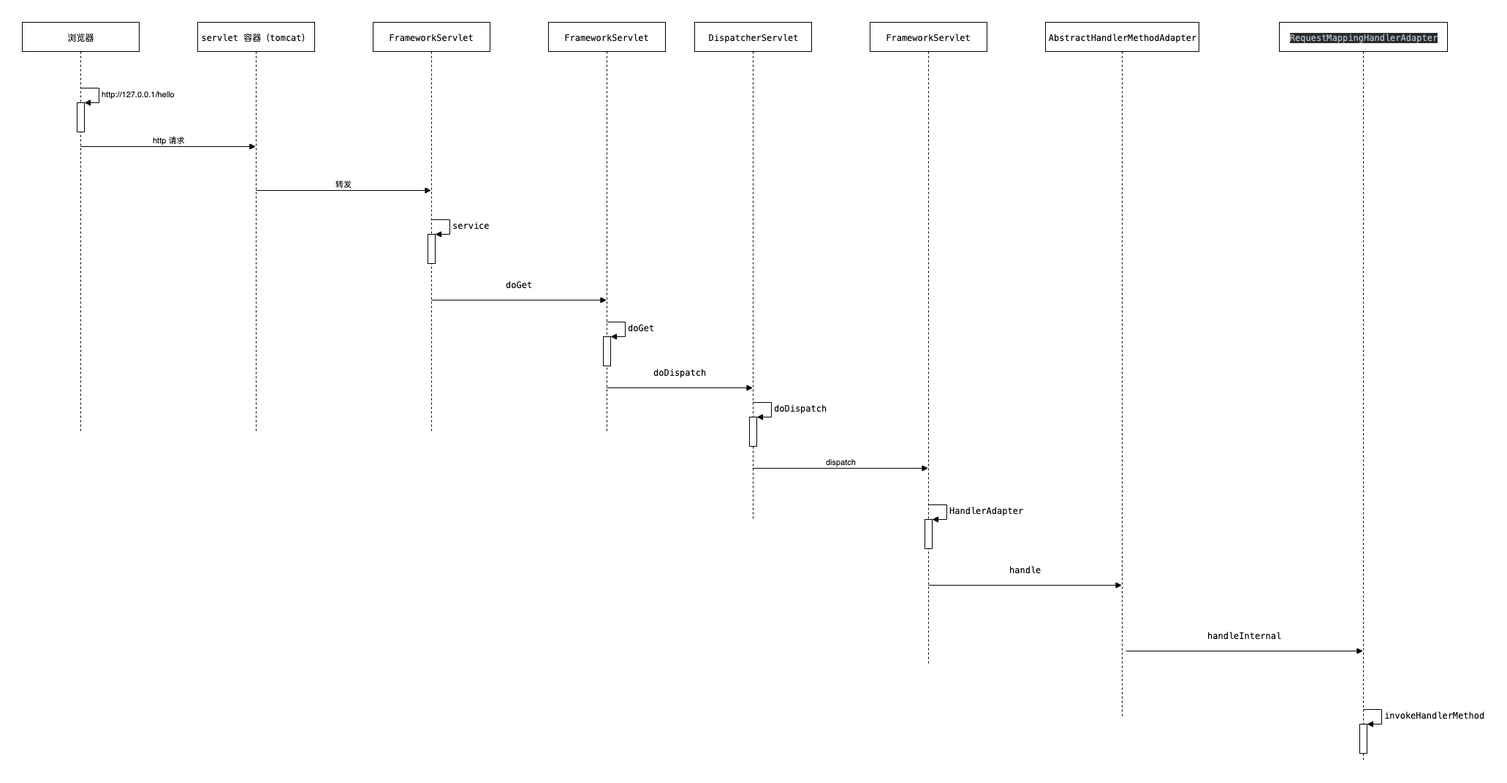
The draw.io diagram spring/images/spring-servlet.png in web1992/read, before a commit. Source tidied: cells renumbered, new cells last; positions are measured from the earlier drawing's top-left corner, leaving out a move shared by most shapes.
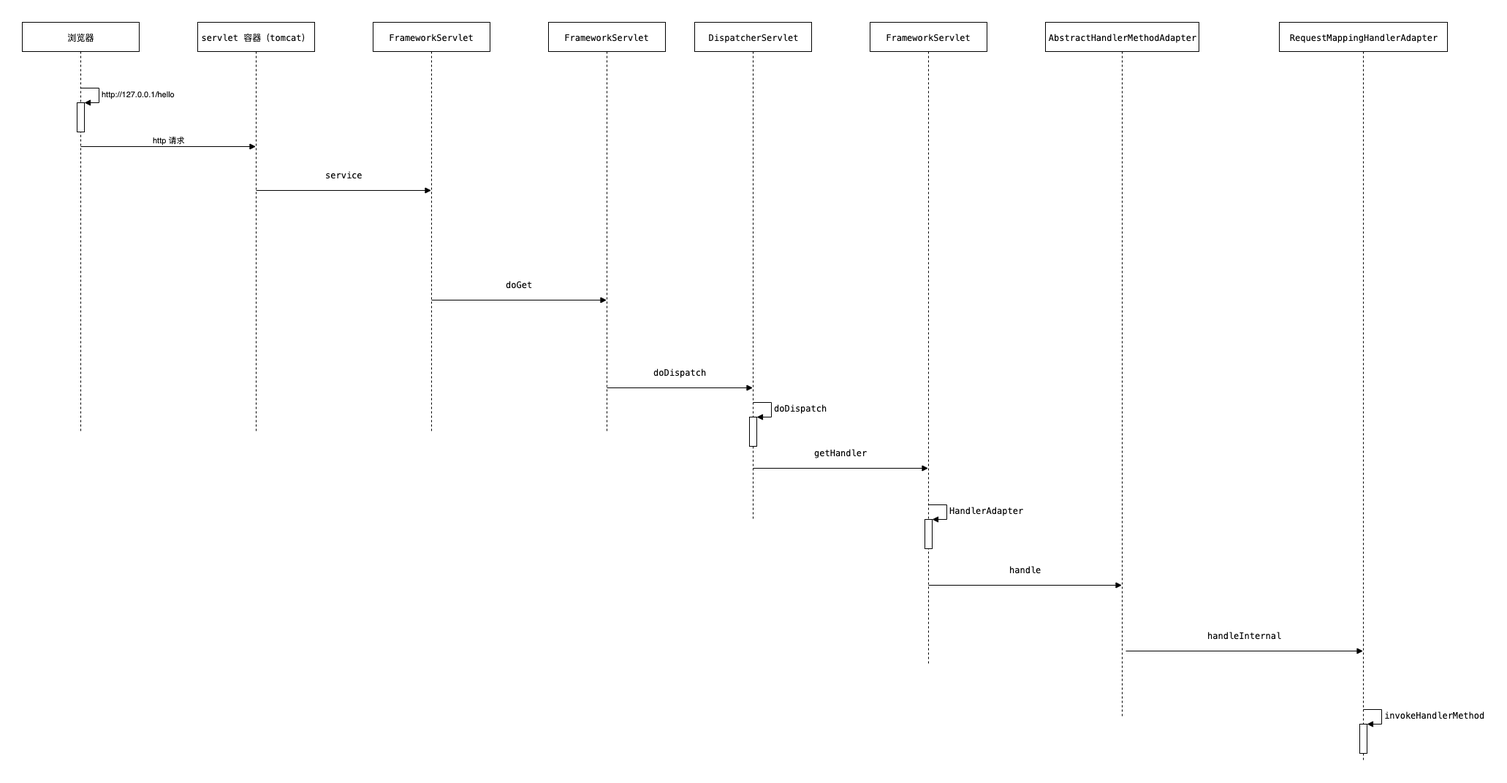
After the change.

Commit message:
fix spring servlet

The edit, as a diff of the source:
```diff
@@ -5,7 +5,7 @@
     <mxCell id="2" value="&lt;pre style=&quot;font-family: &amp;#34;menlo&amp;#34; ; font-size: 9pt&quot;&gt;servlet 容器（tomcat）&lt;/pre&gt;" style="shape=umlLifeline;perimeter=lifelinePerimeter;whiteSpace=wrap;html=1;outlineConnect=0;fontColor=#000000;labelBackgroundColor=none;" parent="1" vertex="1">
       <mxGeometry x="240" width="160" height="560" as="geometry" />
     </mxCell>
-    <mxCell id="3" value="转发" style="html=1;verticalAlign=bottom;endArrow=block;labelBackgroundColor=#ffffff;fontColor=#000000;" parent="2" edge="1" target="4">
+    <mxCell id="3" value="&lt;pre style=&quot;text-align: left ; font-family: &amp;#34;menlo&amp;#34; ; font-size: 9pt&quot;&gt;service&lt;/pre&gt;" style="html=1;verticalAlign=bottom;endArrow=block;labelBackgroundColor=#ffffff;fontColor=#000000;" parent="2" edge="1" target="4">
       <mxGeometry relative="1" as="geometry">
         <mxPoint x="80" y="230" as="sourcePoint" />
       </mxGeometry>
@@ -13,17 +13,6 @@
     <mxCell id="4" value="&lt;pre style=&quot;font-family: menlo; font-size: 9pt;&quot;&gt;FrameworkServlet&lt;/pre&gt;" style="shape=umlLifeline;perimeter=lifelinePerimeter;whiteSpace=wrap;html=1;outlineConnect=0;fontColor=#000000;labelBackgroundColor=none;" parent="1" vertex="1">
       <mxGeometry x="480" width="160" height="560" as="geometry" />
     </mxCell>
-    <mxCell id="5" style="html=1;points=[];perimeter=orthogonalPerimeter;labelBackgroundColor=none;fontColor=#000000;" parent="4" vertex="1">
-      <mxGeometry x="75" y="290" width="10" height="40" as="geometry" />
-    </mxCell>
-    <mxCell id="6" value="&lt;pre style=&quot;font-family: menlo; font-size: 9pt;&quot;&gt;service&lt;/pre&gt;" style="edgeStyle=orthogonalEdgeStyle;html=1;align=left;spacingLeft=2;endArrow=block;rounded=0;entryX=1;entryY=0;labelBackgroundColor=#ffffff;fontColor=#000000;" parent="4" edge="1" target="5">
-      <mxGeometry relative="1" as="geometry">
-        <mxPoint x="80" y="270" as="sourcePoint" />
-        <Array as="points">
-          <mxPoint x="105" y="270" />
-        </Array>
-      </mxGeometry>
-    </mxCell>
     <mxCell id="7" value="&lt;pre style=&quot;text-align: left ; font-family: &amp;#34;menlo&amp;#34; ; font-size: 9pt&quot;&gt;doGet&lt;/pre&gt;" style="html=1;verticalAlign=bottom;endArrow=block;labelBackgroundColor=none;fontColor=#000000;" parent="4" edge="1" target="12">
       <mxGeometry relative="1" as="geometry">
         <mxPoint x="80" y="380" as="sourcePoint" />
@@ -51,17 +40,6 @@
     <mxCell id="12" value="&lt;pre style=&quot;font-family: menlo; font-size: 9pt;&quot;&gt;FrameworkServlet&lt;/pre&gt;" style="shape=umlLifeline;perimeter=lifelinePerimeter;whiteSpace=wrap;html=1;outlineConnect=0;fontColor=#000000;labelBackgroundColor=none;" parent="1" vertex="1">
       <mxGeometry x="720" width="160" height="560" as="geometry" />
     </mxCell>
-    <mxCell id="13" style="html=1;points=[];perimeter=orthogonalPerimeter;labelBackgroundColor=none;fontColor=#000000;" parent="12" vertex="1">
-      <mxGeometry x="75" y="430" width="10" height="40" as="geometry" />
-    </mxCell>
-    <mxCell id="14" value="&lt;pre style=&quot;font-family: menlo; font-size: 9pt;&quot;&gt;&lt;span style=&quot;&quot;&gt;doGet&lt;/span&gt;&lt;/pre&gt;" style="edgeStyle=orthogonalEdgeStyle;html=1;align=left;spacingLeft=2;endArrow=block;rounded=0;entryX=1;entryY=0;labelBackgroundColor=none;fontColor=#000000;" parent="12" edge="1" target="13">
-      <mxGeometry relative="1" as="geometry">
-        <mxPoint x="80" y="410" as="sourcePoint" />
-        <Array as="points">
-          <mxPoint x="105" y="410" />
-        </Array>
-      </mxGeometry>
-    </mxCell>
     <mxCell id="15" value="&lt;pre style=&quot;font-family: menlo; font-size: 9pt;&quot;&gt;&lt;span style=&quot;&quot;&gt;doDispatch&lt;/span&gt;&lt;/pre&gt;" style="html=1;verticalAlign=bottom;endArrow=block;labelBackgroundColor=none;fontColor=#000000;" parent="12" edge="1" target="16">
       <mxGeometry relative="1" as="geometry">
         <mxPoint x="80" y="500" as="sourcePoint" />
@@ -81,7 +59,7 @@
         </Array>
       </mxGeometry>
     </mxCell>
-    <mxCell id="19" value="dispatch" style="html=1;verticalAlign=bottom;endArrow=block;labelBackgroundColor=none;fontColor=#000000;" parent="16" edge="1" target="20">
+    <mxCell id="19" value="&lt;pre style=&quot;font-family: menlo; font-size: 9pt;&quot;&gt;getHandler&lt;/pre&gt;" style="html=1;verticalAlign=bottom;endArrow=block;labelBackgroundColor=none;fontColor=#000000;" parent="16" edge="1" target="20">
       <mxGeometry relative="1" as="geometry">
         <mxPoint x="80" y="610" as="sourcePoint" />
       </mxGeometry>
@@ -105,7 +83,7 @@
         <mxPoint x="80" y="770" as="sourcePoint" />
       </mxGeometry>
     </mxCell>
-    <mxCell id="24" value="&lt;pre style=&quot;font-family: &amp;#34;menlo&amp;#34; ; font-size: 9pt&quot;&gt;&lt;pre style=&quot;font-family: &amp;#34;menlo&amp;#34; ; font-size: 9pt&quot;&gt;&lt;pre style=&quot;background-color: #2b2b2b ; color: #a9b7c6 ; font-family: &amp;#34;menlo&amp;#34; ; font-size: 9.0pt&quot;&gt;RequestMappingHandlerAdapter&lt;/pre&gt;&lt;/pre&gt;&lt;/pre&gt;" style="shape=umlLifeline;perimeter=lifelinePerimeter;whiteSpace=wrap;html=1;outlineConnect=0;fontColor=#000000;labelBackgroundColor=none;" parent="1" vertex="1">
+    <mxCell id="24" value="&lt;pre style=&quot;font-family: &amp;quot;menlo&amp;quot; ; font-size: 9pt&quot;&gt;&lt;pre style=&quot;font-family: &amp;quot;menlo&amp;quot; ; font-size: 9pt&quot;&gt;&lt;pre style=&quot;font-family: menlo; font-size: 9pt;&quot;&gt;RequestMappingHandlerAdapter&lt;/pre&gt;&lt;/pre&gt;&lt;/pre&gt;" style="shape=umlLifeline;perimeter=lifelinePerimeter;whiteSpace=wrap;html=1;outlineConnect=0;fontColor=#000000;labelBackgroundColor=none;" parent="1" vertex="1">
       <mxGeometry x="1720" width="230" height="1010" as="geometry" />
     </mxCell>
     <mxCell id="25" style="html=1;points=[];perimeter=orthogonalPerimeter;labelBackgroundColor=none;fontColor=#000000;" parent="24" vertex="1">
```
